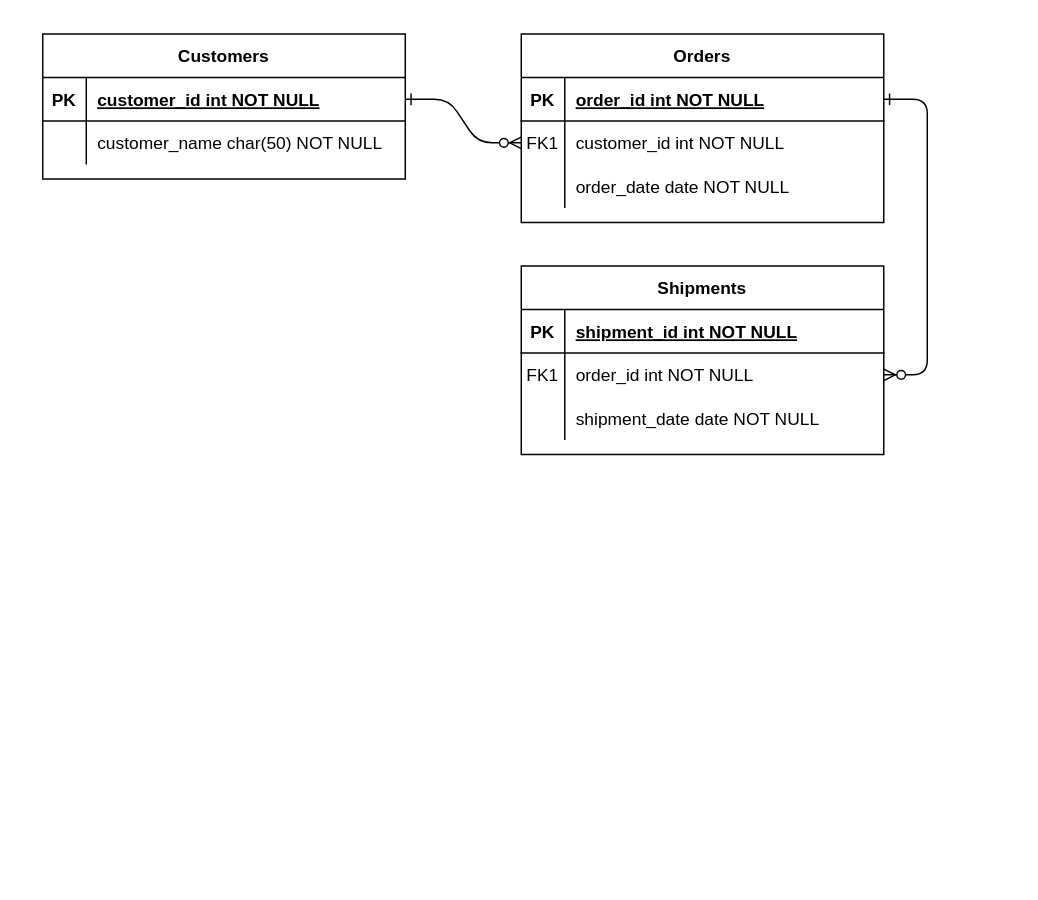
sourav4371/sourav keeps this draw.io diagram as Untitled Diagram.drawio. Above is the earlier version. Source tidied: cells renumbered, new cells numbered last; positions are measured from the earlier drawing's top-left corner, leaving out a move shared by most shapes. Both pictures are drawn from the tidied source at 145%, with x=0, y=0 at pixel (42, 33).
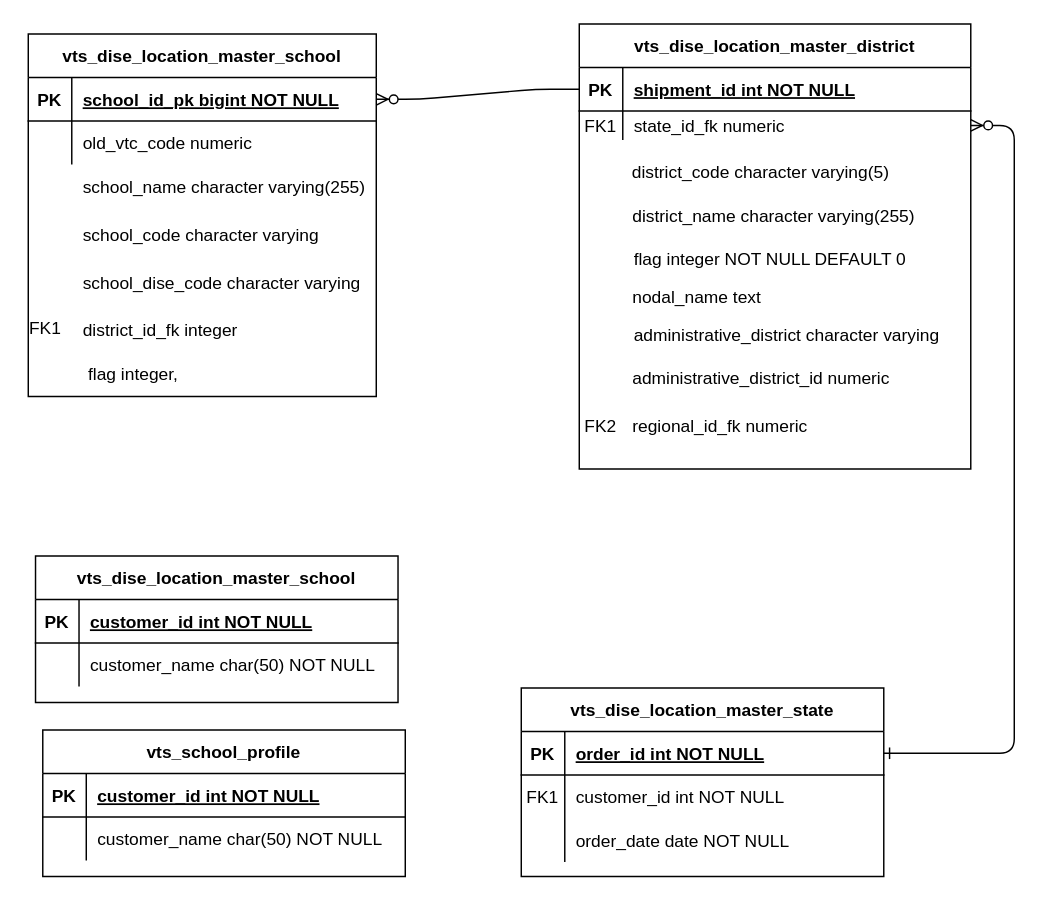
After the change.

Unchanged cells that the change refers to:
```xml
<mxCell id="8" style="shape=partialRectangle;fillColor=none;points=[[0,0.5],[1,0.5]];portConstraint=eastwest;top=0;left=0;right=0;bottom=0;" parent="4" vertex="1">
  <mxGeometry y="60" width="250" height="30" as="geometry" />
</mxCell>
```

The edit, as a diff of the source:
```diff
@@
-    <mxCell id="2" style="edgeStyle=entityRelationEdgeStyle;endArrow=ERzeroToMany;startArrow=ERone;endFill=1;startFill=0;" parent="1" edge="1" source="25" target="8">
-      <mxGeometry relative="1" as="geometry" />
-    </mxCell>
@@
+    <mxCell id="24" value="vts_dise_location_master_school" style="shape=table;startSize=30;childLayout=tableLayout;rowLines=0;fontStyle=1;align=center;" parent="1" vertex="1">
+      <mxGeometry x="-10" width="240" height="250" as="geometry" />
+    </mxCell>
+    <mxCell id="25" style="shape=partialRectangle;fillColor=none;points=[[0,0.5],[1,0.5]];portConstraint=eastwest;top=0;left=0;right=0;bottom=1;" parent="24" vertex="1">
+      <mxGeometry y="30" width="240" height="30" as="geometry" />
+    </mxCell>
+    <mxCell id="26" value="PK" style="shape=partialRectangle;overflow=hidden;fillColor=none;top=0;left=0;bottom=0;right=0;fontStyle=1;" parent="25" vertex="1">
+      <mxGeometry width="30" height="30" as="geometry" />
+    </mxCell>
+    <mxCell id="27" value="school_id_pk bigint NOT NULL" style="shape=partialRectangle;overflow=hidden;fillColor=none;top=0;left=0;bottom=0;right=0;align=left;spacingLeft=6;fontStyle=5;" parent="25" vertex="1">
+      <mxGeometry x="30" width="210" height="30" as="geometry" />
+    </mxCell>
+    <mxCell id="28" style="shape=partialRectangle;fillColor=none;top=0;left=0;right=0;bottom=0;" parent="24" vertex="1">
+      <mxGeometry y="60" width="240" height="30" as="geometry" />
+    </mxCell>
+    <mxCell id="29" style="shape=partialRectangle;overflow=hidden;fillColor=none;top=0;left=0;bottom=0;right=0;" parent="28" vertex="1">
+      <mxGeometry width="30" height="30" as="geometry" />
+    </mxCell>
+    <mxCell id="30" value="old_vtc_code numeric" style="shape=partialRectangle;overflow=hidden;fillColor=none;top=0;left=0;bottom=0;right=0;align=left;spacingLeft=6;" parent="28" vertex="1">
+      <mxGeometry x="30" width="210" height="30" as="geometry" />
+    </mxCell>
+    <mxCell id="31" value="vts_school_profile" style="shape=table;startSize=30;childLayout=tableLayout;rowLines=0;fontStyle=1;align=center;" parent="1" vertex="1">
+      <mxGeometry y="480" width="250" height="101" as="geometry" />
+    </mxCell>
+    <mxCell id="32" style="shape=partialRectangle;fillColor=none;top=0;left=0;right=0;bottom=1;" parent="31" vertex="1">
+      <mxGeometry y="30" width="250" height="30" as="geometry" />
+    </mxCell>
+    <mxCell id="33" value="PK" style="shape=partialRectangle;overflow=hidden;fillColor=none;top=0;left=0;bottom=0;right=0;fontStyle=1;" parent="32" vertex="1">
+      <mxGeometry width="30" height="30" as="geometry" />
+    </mxCell>
+    <mxCell id="34" value="customer_id int NOT NULL " style="shape=partialRectangle;overflow=hidden;fillColor=none;top=0;left=0;bottom=0;right=0;align=left;spacingLeft=6;fontStyle=5;" parent="32" vertex="1">
+      <mxGeometry x="30" width="220" height="30" as="geometry" />
+    </mxCell>
+    <mxCell id="35" style="shape=partialRectangle;fillColor=none;top=0;left=0;right=0;bottom=0;" parent="31" vertex="1">
+      <mxGeometry y="60" width="250" height="30" as="geometry" />
+    </mxCell>
+    <mxCell id="36" style="shape=partialRectangle;overflow=hidden;fillColor=none;top=0;left=0;bottom=0;right=0;" parent="35" vertex="1">
+      <mxGeometry width="30" height="30" as="geometry" />
+    </mxCell>
+    <mxCell id="37" value="customer_name char(50) NOT NULL" style="shape=partialRectangle;overflow=hidden;fillColor=none;top=0;left=0;bottom=0;right=0;align=left;spacingLeft=6;" parent="35" vertex="1">
+      <mxGeometry x="30" width="220" height="30" as="geometry" />
+    </mxCell>
+    <mxCell id="38" value="vts_dise_location_master_school" style="shape=table;startSize=30;childLayout=tableLayout;rowLines=0;fontStyle=1;align=center;" parent="1" vertex="1">
+      <mxGeometry x="-5" y="360" width="250" height="101" as="geometry" />
+    </mxCell>
+    <mxCell id="39" style="shape=partialRectangle;fillColor=none;top=0;left=0;right=0;bottom=1;" parent="38" vertex="1">
+      <mxGeometry y="30" width="250" height="30" as="geometry" />
+    </mxCell>
+    <mxCell id="40" value="PK" style="shape=partialRectangle;overflow=hidden;fillColor=none;top=0;left=0;bottom=0;right=0;fontStyle=1;" parent="39" vertex="1">
+      <mxGeometry width="30" height="30" as="geometry" />
+    </mxCell>
+    <mxCell id="41" value="customer_id int NOT NULL " style="shape=partialRectangle;overflow=hidden;fillColor=none;top=0;left=0;bottom=0;right=0;align=left;spacingLeft=6;fontStyle=5;" parent="39" vertex="1">
+      <mxGeometry x="30" width="220" height="30" as="geometry" />
+    </mxCell>
+    <mxCell id="42" style="shape=partialRectangle;fillColor=none;top=0;left=0;right=0;bottom=0;" parent="38" vertex="1">
+      <mxGeometry y="60" width="250" height="30" as="geometry" />
+    </mxCell>
+    <mxCell id="43" style="shape=partialRectangle;overflow=hidden;fillColor=none;top=0;left=0;bottom=0;right=0;" parent="42" vertex="1">
+      <mxGeometry width="30" height="30" as="geometry" />
+    </mxCell>
+    <mxCell id="44" value="customer_name char(50) NOT NULL" style="shape=partialRectangle;overflow=hidden;fillColor=none;top=0;left=0;bottom=0;right=0;align=left;spacingLeft=6;" parent="42" vertex="1">
+      <mxGeometry x="30" width="220" height="30" as="geometry" />
+    </mxCell>
+    <mxCell id="45" style="shape=partialRectangle;fillColor=none;top=0;left=0;right=0;bottom=0;" parent="1" vertex="1">
+      <mxGeometry x="-10" y="156" width="250" height="30" as="geometry" />
+    </mxCell>
+    <mxCell id="46" style="shape=partialRectangle;overflow=hidden;fillColor=none;top=0;left=0;bottom=0;right=0;" parent="45" vertex="1">
+      <mxGeometry width="30" height="30" as="geometry" />
+    </mxCell>
+    <mxCell id="47" value="school_dise_code character varying" style="shape=partialRectangle;overflow=hidden;fillColor=none;top=0;left=0;bottom=0;right=0;align=left;spacingLeft=6;" parent="45" vertex="1">
+      <mxGeometry x="30" width="220" height="30" as="geometry" />
+    </mxCell>
+    <mxCell id="48" value="school_code character varying" style="shape=partialRectangle;overflow=hidden;fillColor=none;top=0;left=0;bottom=0;right=0;align=left;spacingLeft=6;" parent="1" vertex="1">
+      <mxGeometry x="20" y="123" width="220" height="30" as="geometry" />
+    </mxCell>
+    <mxCell id="49" value="school_name character varying(255)" style="shape=partialRectangle;overflow=hidden;fillColor=none;top=0;left=0;bottom=0;right=0;align=left;spacingLeft=6;" parent="1" vertex="1">
+      <mxGeometry x="20" y="90" width="220" height="30" as="geometry" />
+    </mxCell>
+    <mxCell id="50" style="shape=partialRectangle;fillColor=none;top=0;left=0;right=0;bottom=0;" parent="1" vertex="1">
+      <mxGeometry x="-10" y="189" width="250" height="30" as="geometry" />
+    </mxCell>
+    <mxCell id="51" style="shape=partialRectangle;overflow=hidden;fillColor=none;top=0;left=0;bottom=0;right=0;" parent="50" vertex="1">
+      <mxGeometry width="30" height="30" as="geometry" />
+    </mxCell>
+    <mxCell id="52" value="district_id_fk integer" style="shape=partialRectangle;overflow=hidden;fillColor=none;top=0;left=0;bottom=0;right=0;align=left;spacingLeft=6;" parent="50" vertex="1">
+      <mxGeometry x="30" width="220" height="30" as="geometry" />
+    </mxCell>
+    <mxCell id="53" style="shape=partialRectangle;fillColor=none;top=0;left=0;right=0;bottom=0;" parent="1" vertex="1">
+      <mxGeometry x="-13" y="219" width="250" height="30" as="geometry" />
+    </mxCell>
+    <mxCell id="54" style="shape=partialRectangle;overflow=hidden;fillColor=none;top=0;left=0;bottom=0;right=0;" parent="53" vertex="1">
+      <mxGeometry width="30" height="30" as="geometry" />
+    </mxCell>
+    <mxCell id="55" value="  flag integer," style="shape=partialRectangle;overflow=hidden;fillColor=none;top=0;left=0;bottom=0;right=0;align=left;spacingLeft=6;" parent="53" vertex="1">
+      <mxGeometry x="30" width="220" height="30" as="geometry" />
+    </mxCell>
-    <mxCell id="4" value="Orders" style="shape=table;startSize=30;childLayout=tableLayout;rowLines=0;fontStyle=1;align=center;" parent="1" vertex="1">
-      <mxGeometry x="330" width="250" height="130" as="geometry" />
+    <mxCell id="4" value="vts_dise_location_master_state" style="shape=table;startSize=30;childLayout=tableLayout;rowLines=0;fontStyle=1;align=center;" parent="1" vertex="1">
+      <mxGeometry x="330" y="451" width="250" height="130" as="geometry" />
     </mxCell>
@@
+    <mxCell id="56" style="edgeStyle=entityRelationEdgeStyle;fontSize=12;html=1;endArrow=ERzeroToMany;endFill=1;" parent="1" edge="1" source="15" target="25">
+      <mxGeometry relative="1" as="geometry" />
+    </mxCell>
-    <mxCell id="14" value="Shipments" style="shape=table;startSize=30;childLayout=tableLayout;rowLines=0;fontStyle=1;align=center;" parent="1" vertex="1">
-      <mxGeometry x="330" y="160" width="250" height="130" as="geometry" />
+    <mxCell id="14" value="vts_dise_location_master_district" style="shape=table;startSize=30;childLayout=tableLayout;rowLines=0;fontStyle=1;align=center;" parent="1" vertex="1">
+      <mxGeometry x="370" y="-7" width="270" height="307" as="geometry" />
     </mxCell>
     <mxCell id="15" style="shape=partialRectangle;fillColor=none;points=[[0,0.5],[1,0.5]];portConstraint=eastwest;top=0;left=0;right=0;bottom=1;" parent="14" vertex="1">
-      <mxGeometry y="30" width="250" height="30" as="geometry" />
+      <mxGeometry y="30" width="270" height="30" as="geometry" />
     </mxCell>
@@
     <mxCell id="17" value="shipment_id int NOT NULL " style="shape=partialRectangle;overflow=hidden;fillColor=none;top=0;left=0;bottom=0;right=0;align=left;spacingLeft=6;fontStyle=5;" parent="15" vertex="1">
-      <mxGeometry x="30" width="220" height="30" as="geometry" />
+      <mxGeometry x="30" width="240" height="30" as="geometry" />
     </mxCell>
     <mxCell id="18" style="shape=partialRectangle;fillColor=none;points=[[0,0.5],[1,0.5]];portConstraint=eastwest;top=0;left=0;right=0;bottom=0;" parent="14" vertex="1">
-      <mxGeometry y="60" width="250" height="30" as="geometry" />
+      <mxGeometry y="60" width="270" height="20" as="geometry" />
     </mxCell>
     <mxCell id="19" value="FK1" style="shape=partialRectangle;overflow=hidden;fillColor=none;top=0;left=0;bottom=0;right=0;" parent="18" vertex="1">
-      <mxGeometry width="30" height="30" as="geometry" />
+      <mxGeometry width="30" height="20" as="geometry" />
     </mxCell>
-    <mxCell id="20" value="order_id int NOT NULL" style="shape=partialRectangle;overflow=hidden;fillColor=none;top=0;left=0;bottom=0;right=0;align=left;spacingLeft=6;" parent="18" vertex="1">
-      <mxGeometry x="30" width="220" height="30" as="geometry" />
+    <mxCell id="20" value="state_id_fk numeric" style="shape=partialRectangle;overflow=hidden;fillColor=none;top=0;left=0;bottom=0;right=0;align=left;spacingLeft=6;" parent="18" vertex="1">
+      <mxGeometry x="30" width="240" height="20" as="geometry" />
     </mxCell>
-    <mxCell id="21" style="shape=partialRectangle;fillColor=none;top=0;left=0;right=0;bottom=0;" parent="14" vertex="1">
-      <mxGeometry y="90" width="250" height="30" as="geometry" />
-    </mxCell>
-    <mxCell id="22" style="shape=partialRectangle;overflow=hidden;fillColor=none;top=0;left=0;bottom=0;right=0;" parent="21" vertex="1">
-      <mxGeometry width="30" height="30" as="geometry" />
-    </mxCell>
-    <mxCell id="23" value="shipment_date date NOT NULL" style="shape=partialRectangle;overflow=hidden;fillColor=none;top=0;left=0;bottom=0;right=0;align=left;spacingLeft=6;" parent="21" vertex="1">
-      <mxGeometry x="30" width="220" height="30" as="geometry" />
-    </mxCell>
-    <mxCell id="24" value="Customers" style="shape=table;startSize=30;childLayout=tableLayout;rowLines=0;fontStyle=1;align=center;" parent="1" vertex="1">
-      <mxGeometry width="250" height="100" as="geometry" />
-    </mxCell>
-    <mxCell id="25" style="shape=partialRectangle;fillColor=none;points=[[0,0.5],[1,0.5]];portConstraint=eastwest;top=0;left=0;right=0;bottom=1;" parent="24" vertex="1">
-      <mxGeometry y="30" width="250" height="30" as="geometry" />
-    </mxCell>
-    <mxCell id="26" value="PK" style="shape=partialRectangle;overflow=hidden;fillColor=none;top=0;left=0;bottom=0;right=0;fontStyle=1;" parent="25" vertex="1">
-      <mxGeometry width="30" height="30" as="geometry" />
-    </mxCell>
-    <mxCell id="27" value="customer_id int NOT NULL " style="shape=partialRectangle;overflow=hidden;fillColor=none;top=0;left=0;bottom=0;right=0;align=left;spacingLeft=6;fontStyle=5;" parent="25" vertex="1">
-      <mxGeometry x="30" width="220" height="30" as="geometry" />
-    </mxCell>
-    <mxCell id="28" style="shape=partialRectangle;fillColor=none;top=0;left=0;right=0;bottom=0;" parent="24" vertex="1">
-      <mxGeometry y="60" width="250" height="30" as="geometry" />
-    </mxCell>
-    <mxCell id="29" style="shape=partialRectangle;overflow=hidden;fillColor=none;top=0;left=0;bottom=0;right=0;" parent="28" vertex="1">
-      <mxGeometry width="30" height="30" as="geometry" />
-    </mxCell>
-    <mxCell id="30" value="customer_name char(50) NOT NULL" style="shape=partialRectangle;overflow=hidden;fillColor=none;top=0;left=0;bottom=0;right=0;align=left;spacingLeft=6;" parent="28" vertex="1">
-      <mxGeometry x="30" width="220" height="30" as="geometry" />
-    </mxCell>
+    <mxCell id="57" style="shape=partialRectangle;fillColor=none;top=0;left=0;right=0;bottom=0;" parent="1" vertex="1">
+      <mxGeometry x="369" y="166" width="250" height="30" as="geometry" />
+    </mxCell>
+    <mxCell id="58" style="shape=partialRectangle;overflow=hidden;fillColor=none;top=0;left=0;bottom=0;right=0;" parent="57" vertex="1">
+      <mxGeometry width="30" height="30" as="geometry" />
+    </mxCell>
+    <mxCell id="59" value=" nodal_name text" style="shape=partialRectangle;overflow=hidden;fillColor=none;top=0;left=0;bottom=0;right=0;align=left;spacingLeft=6;" parent="57" vertex="1">
+      <mxGeometry x="30" width="220" height="30" as="geometry" />
+    </mxCell>
+    <mxCell id="60" style="shape=partialRectangle;fillColor=none;top=0;left=0;right=0;bottom=0;" parent="1" vertex="1">
+      <mxGeometry x="370" y="140" width="250" height="30" as="geometry" />
+    </mxCell>
+    <mxCell id="61" style="shape=partialRectangle;overflow=hidden;fillColor=none;top=0;left=0;bottom=0;right=0;" parent="60" vertex="1">
+      <mxGeometry width="30" height="30" as="geometry" />
+    </mxCell>
+    <mxCell id="62" value=" flag integer NOT NULL DEFAULT 0" style="shape=partialRectangle;overflow=hidden;fillColor=none;top=0;left=0;bottom=0;right=0;align=left;spacingLeft=6;" parent="60" vertex="1">
+      <mxGeometry x="30" width="220" height="30" as="geometry" />
+    </mxCell>
+    <mxCell id="63" style="shape=partialRectangle;fillColor=none;top=0;left=0;right=0;bottom=0;" parent="1" vertex="1">
+      <mxGeometry x="369" y="110" width="250" height="30" as="geometry" />
+    </mxCell>
+    <mxCell id="64" style="shape=partialRectangle;overflow=hidden;fillColor=none;top=0;left=0;bottom=0;right=0;" parent="63" vertex="1">
+      <mxGeometry width="30" height="30" as="geometry" />
+    </mxCell>
+    <mxCell id="65" value="district_name character varying(255)" style="shape=partialRectangle;overflow=hidden;fillColor=none;top=0;left=0;bottom=0;right=0;align=left;spacingLeft=6;" parent="63" vertex="1">
+      <mxGeometry x="30" width="220" height="30" as="geometry" />
+    </mxCell>
+    <mxCell id="66" value="  district_code character varying(5)" style="shape=partialRectangle;overflow=hidden;fillColor=none;top=0;left=0;bottom=0;right=0;align=left;spacingLeft=6;" parent="1" vertex="1">
+      <mxGeometry x="392" y="80" width="220" height="30" as="geometry" />
+    </mxCell>
+    <mxCell id="67" value="administrative_district character varying" style="shape=partialRectangle;overflow=hidden;fillColor=none;top=0;left=0;bottom=0;right=0;align=left;spacingLeft=6;" parent="1" vertex="1">
+      <mxGeometry x="400" y="192" width="230" height="30" as="geometry" />
+    </mxCell>
+    <mxCell id="68" value=" administrative_district_id numeric" style="shape=partialRectangle;overflow=hidden;fillColor=none;top=0;left=0;bottom=0;right=0;align=left;spacingLeft=6;" parent="1" vertex="1">
+      <mxGeometry x="399" y="222" width="220" height="30" as="geometry" />
+    </mxCell>
+    <mxCell id="69" value="regional_id_fk numeric" style="shape=partialRectangle;overflow=hidden;fillColor=none;top=0;left=0;bottom=0;right=0;align=left;spacingLeft=6;" parent="1" vertex="1">
+      <mxGeometry x="399" y="255" width="220" height="30" as="geometry" />
+    </mxCell>
+    <mxCell id="70" value="FK1" style="shape=partialRectangle;overflow=hidden;fillColor=none;top=0;left=0;bottom=0;right=0;" parent="1" vertex="1">
+      <mxGeometry x="-13" y="192" width="30" height="20" as="geometry" />
+    </mxCell>
+    <mxCell id="71" value="FK2" style="shape=partialRectangle;overflow=hidden;fillColor=none;top=0;left=0;bottom=0;right=0;" parent="1" vertex="1">
+      <mxGeometry x="370" y="260" width="30" height="20" as="geometry" />
+    </mxCell>
```
